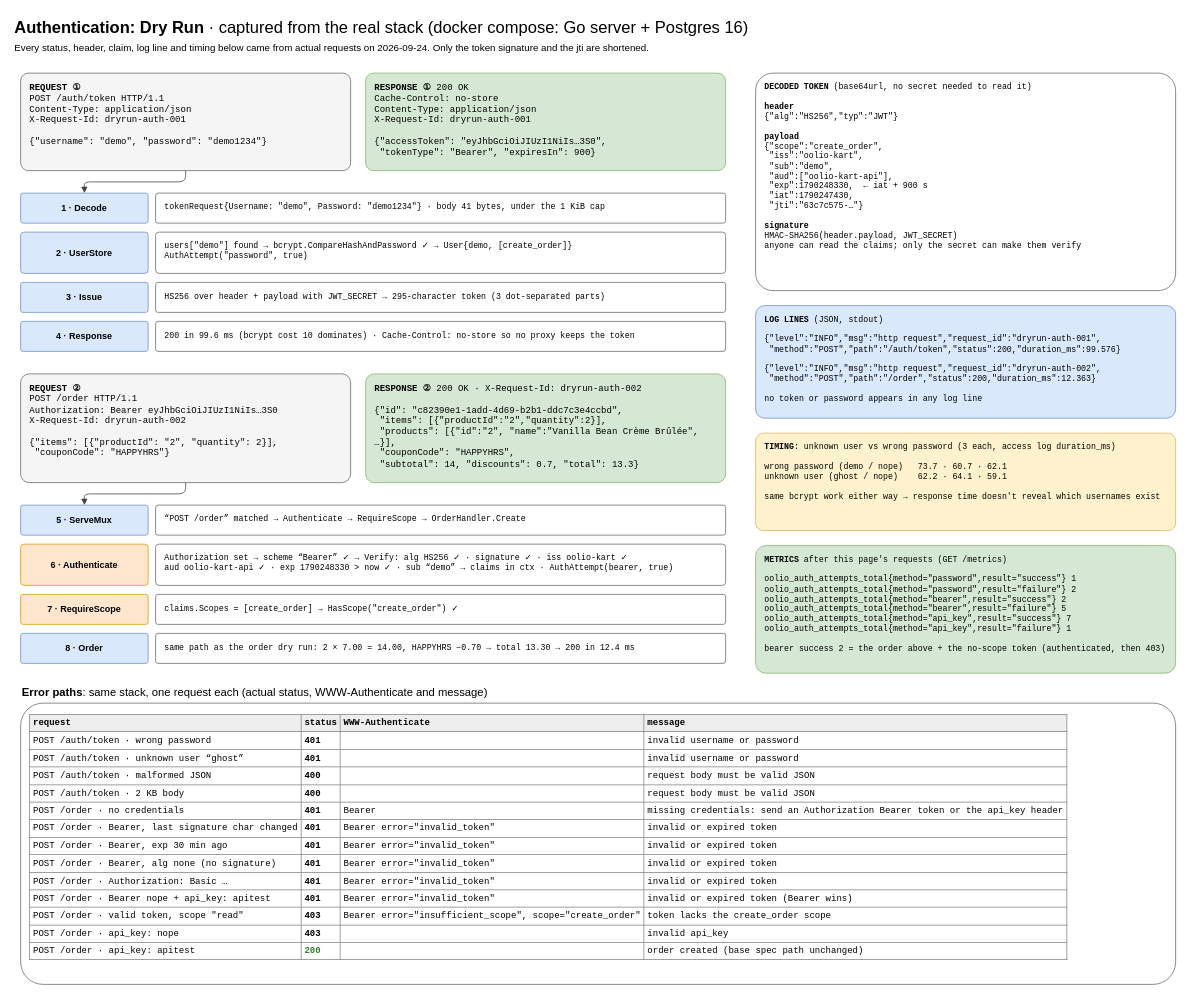
This is page "Dry run - real requests" (3 of 3) of docs/diagrams/auth.drawio from Vasanth-Korada/oolio-kart-challenge, a draw.io file, before an edit. Source tidied: cells renumbered, new cells numbered last; positions are measured from the earlier drawing's top-left corner, leaving out a move shared by most shapes. Both pictures are drawn from the tidied source at 75%, with x=0, y=0 at pixel (13, 13).
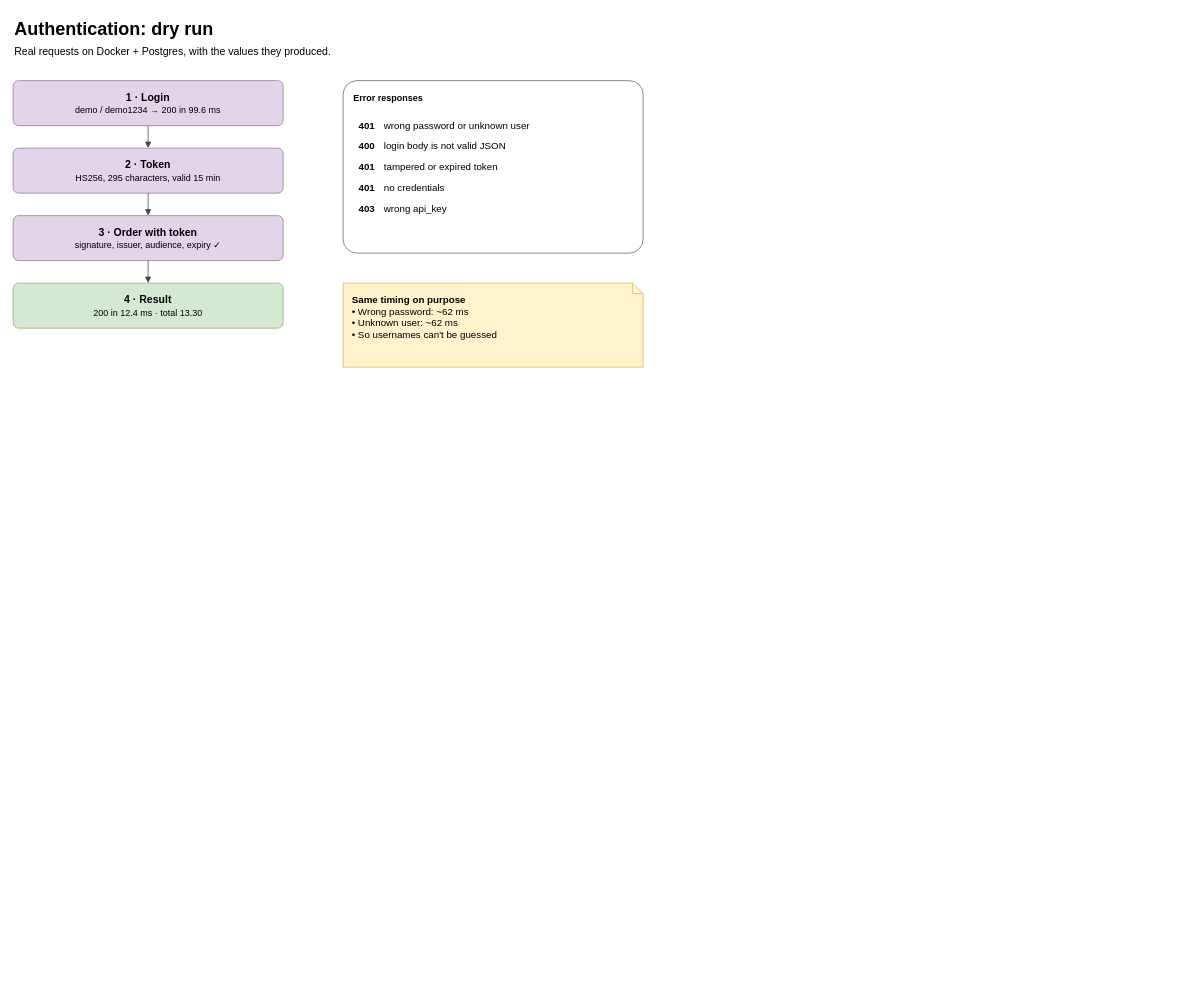
Above is the later version.

Change to the diagram source:
```diff
@@
-    <mxCell id="2" value="&lt;b&gt;Authentication: Dry Run&lt;/b&gt;  ·  captured from the real stack (docker compose: Go server + Postgres 16)" style="text;html=1;whiteSpace=wrap;align=left;verticalAlign=top;fontSize=22;" parent="1" vertex="1">
-      <mxGeometry width="1500" height="30" as="geometry" />
+    <mxCell id="2" value="&lt;b&gt;Authentication: dry run&lt;/b&gt;" style="text;html=1;whiteSpace=wrap;align=left;verticalAlign=top;fontSize=24;" parent="1" vertex="1">
+      <mxGeometry width="1300" height="32" as="geometry" />
     </mxCell>
-    <mxCell id="3" value="Every status, header, claim, log line and timing below came from actual requests on 2026-09-24. Only the token signature and the jti are shortened." style="text;html=1;whiteSpace=wrap;align=left;verticalAlign=top;fontSize=13;" parent="1" vertex="1">
-      <mxGeometry y="32" width="1500" height="24" as="geometry" />
+    <mxCell id="3" value="Real requests on Docker + Postgres, with the values they produced." style="text;html=1;whiteSpace=wrap;align=left;verticalAlign=top;fontSize=14;" parent="1" vertex="1">
+      <mxGeometry y="36" width="1300" height="24" as="geometry" />
     </mxCell>
-    <mxCell id="4" value="&lt;b&gt;REQUEST ①&lt;/b&gt;&lt;br&gt;POST /auth/token HTTP/1.1&lt;br&gt;Content-Type: application/json&lt;br&gt;X-Request-Id: dryrun-auth-001&lt;br&gt;&lt;br&gt;{&quot;username&quot;: &quot;demo&quot;, &quot;password&quot;: &quot;demo1234&quot;}" style="rounded=1;arcSize=8;whiteSpace=wrap;html=1;fillColor=#f5f5f5;strokeColor=#666666;fontSize=12;fontFamily=Courier New;align=left;spacingLeft=10;verticalAlign=top;spacingTop=6;" parent="1" vertex="1">
-      <mxGeometry x="10" y="80" width="440" height="130" as="geometry" />
+    <mxCell id="4" value="&lt;b&gt;1 · Login&lt;/b&gt;&lt;br&gt;&lt;span style='font-size:12px'&gt;demo / demo1234 → 200 in 99.6 ms&lt;/span&gt;" style="rounded=1;arcSize=12;whiteSpace=wrap;html=1;fillColor=#e1d5e7;strokeColor=#9673a6;fontSize=12;fontSize=14;" parent="1" vertex="1">
+      <mxGeometry y="90" width="360" height="60" as="geometry" />
     </mxCell>
-    <mxCell id="5" value="&lt;b&gt;RESPONSE ①&lt;/b&gt;  200 OK&lt;br&gt;Cache-Control: no-store&lt;br&gt;Content-Type: application/json&lt;br&gt;X-Request-Id: dryrun-auth-001&lt;br&gt;&lt;br&gt;{&quot;accessToken&quot;: &quot;eyJhbGciOiJIUzI1NiIs…3S0&quot;,&lt;br&gt;&amp;nbsp;&quot;tokenType&quot;: &quot;Bearer&quot;, &quot;expiresIn&quot;: 900}" style="rounded=1;arcSize=8;whiteSpace=wrap;html=1;fillColor=#d5e8d4;strokeColor=#82b366;fontSize=12;fontFamily=Courier New;align=left;spacingLeft=10;verticalAlign=top;spacingTop=6;" parent="1" vertex="1">
-      <mxGeometry x="470" y="80" width="480" height="130" as="geometry" />
+    <mxCell id="5" value="&lt;b&gt;2 · Token&lt;/b&gt;&lt;br&gt;&lt;span style='font-size:12px'&gt;HS256, 295 characters, valid 15 min&lt;/span&gt;" style="rounded=1;arcSize=12;whiteSpace=wrap;html=1;fillColor=#e1d5e7;strokeColor=#9673a6;fontSize=12;fontSize=14;" parent="1" vertex="1">
+      <mxGeometry y="180" width="360" height="60" as="geometry" />
     </mxCell>
-    <mxCell id="6" value="&lt;b&gt;1 · Decode&lt;/b&gt;" style="rounded=1;arcSize=8;whiteSpace=wrap;html=1;fillColor=#dae8fc;strokeColor=#6c8ebf;fontSize=12;" parent="1" vertex="1">
-      <mxGeometry x="10" y="240" width="170" height="40" as="geometry" />
+    <mxCell id="6" style="edgeStyle=orthogonalEdgeStyle;rounded=1;html=1;endArrow=block;endFill=1;strokeColor=#444444;fontSize=11;labelBackgroundColor=#ffffff;fontSize=12;" parent="1" edge="1" source="4" target="5">
+      <mxGeometry relative="1" as="geometry" />
     </mxCell>
-    <mxCell id="7" value="tokenRequest{Username: &quot;demo&quot;, Password: &quot;demo1234&quot;} · body 41 bytes, under the 1 KiB cap" style="rounded=1;arcSize=8;whiteSpace=wrap;html=1;fillColor=#ffffff;strokeColor=#666666;fontSize=12;fontFamily=Courier New;align=left;spacingLeft=10;verticalAlign=top;spacingTop=6;fontSize=11;" parent="1" vertex="1">
-      <mxGeometry x="190" y="240" width="760" height="40" as="geometry" />
+    <mxCell id="7" value="&lt;b&gt;3 · Order with token&lt;/b&gt;&lt;br&gt;&lt;span style='font-size:12px'&gt;signature, issuer, audience, expiry ✓&lt;/span&gt;" style="rounded=1;arcSize=12;whiteSpace=wrap;html=1;fillColor=#e1d5e7;strokeColor=#9673a6;fontSize=12;fontSize=14;" parent="1" vertex="1">
+      <mxGeometry y="270" width="360" height="60" as="geometry" />
     </mxCell>
-    <mxCell id="8" style="edgeStyle=orthogonalEdgeStyle;rounded=1;html=1;endArrow=block;endFill=1;strokeColor=#444444;fontSize=11;labelBackgroundColor=#ffffff;" parent="1" edge="1" source="4" target="6">
+    <mxCell id="8" style="edgeStyle=orthogonalEdgeStyle;rounded=1;html=1;endArrow=block;endFill=1;strokeColor=#444444;fontSize=11;labelBackgroundColor=#ffffff;fontSize=12;" parent="1" edge="1" source="5" target="7">
       <mxGeometry relative="1" as="geometry" />
     </mxCell>
-    <mxCell id="9" value="&lt;b&gt;2 · UserStore&lt;/b&gt;" style="rounded=1;arcSize=8;whiteSpace=wrap;html=1;fillColor=#dae8fc;strokeColor=#6c8ebf;fontSize=12;" parent="1" vertex="1">
-      <mxGeometry x="10" y="292" width="170" height="55" as="geometry" />
+    <mxCell id="9" value="&lt;b&gt;4 · Result&lt;/b&gt;&lt;br&gt;&lt;span style='font-size:12px'&gt;200 in 12.4 ms · total 13.30&lt;/span&gt;" style="rounded=1;arcSize=12;whiteSpace=wrap;html=1;fillColor=#d5e8d4;strokeColor=#82b366;fontSize=12;fontSize=14;" parent="1" vertex="1">
+      <mxGeometry y="360" width="360" height="60" as="geometry" />
     </mxCell>
-    <mxCell id="10" value="users[&quot;demo&quot;] found → bcrypt.CompareHashAndPassword ✓ → User{demo, [create_order]}&lt;br&gt;AuthAttempt(&quot;password&quot;, true)" style="rounded=1;arcSize=8;whiteSpace=wrap;html=1;fillColor=#ffffff;strokeColor=#666666;fontSize=12;fontFamily=Courier New;align=left;spacingLeft=10;verticalAlign=top;spacingTop=6;fontSize=11;" parent="1" vertex="1">
-      <mxGeometry x="190" y="292" width="760" height="55" as="geometry" />
+    <mxCell id="10" style="edgeStyle=orthogonalEdgeStyle;rounded=1;html=1;endArrow=block;endFill=1;strokeColor=#444444;fontSize=11;labelBackgroundColor=#ffffff;fontSize=12;" parent="1" edge="1" source="7" target="9">
+      <mxGeometry relative="1" as="geometry" />
     </mxCell>
-    <mxCell id="11" value="&lt;b&gt;3 · Issue&lt;/b&gt;" style="rounded=1;arcSize=8;whiteSpace=wrap;html=1;fillColor=#dae8fc;strokeColor=#6c8ebf;fontSize=12;" parent="1" vertex="1">
-      <mxGeometry x="10" y="359" width="170" height="40" as="geometry" />
+    <mxCell id="11" value="&lt;b&gt;Error responses&lt;/b&gt;&lt;br&gt;&lt;br&gt;&lt;table cellpadding='5' style='font-size:13px'&gt;&lt;tr&gt;&lt;td&gt;&lt;b&gt;401&lt;/b&gt;&lt;/td&gt;&lt;td&gt;wrong password or unknown user&lt;/td&gt;&lt;/tr&gt;&lt;tr&gt;&lt;td&gt;&lt;b&gt;400&lt;/b&gt;&lt;/td&gt;&lt;td&gt;login body is not valid JSON&lt;/td&gt;&lt;/tr&gt;&lt;tr&gt;&lt;td&gt;&lt;b&gt;401&lt;/b&gt;&lt;/td&gt;&lt;td&gt;tampered or expired token&lt;/td&gt;&lt;/tr&gt;&lt;tr&gt;&lt;td&gt;&lt;b&gt;401&lt;/b&gt;&lt;/td&gt;&lt;td&gt;no credentials&lt;/td&gt;&lt;/tr&gt;&lt;tr&gt;&lt;td&gt;&lt;b&gt;403&lt;/b&gt;&lt;/td&gt;&lt;td&gt;wrong api_key&lt;/td&gt;&lt;/tr&gt;&lt;/table&gt;" style="rounded=1;arcSize=8;whiteSpace=wrap;html=1;fillColor=#ffffff;strokeColor=#666666;fontSize=12;align=left;verticalAlign=top;spacingLeft=12;spacingTop=10;" parent="1" vertex="1">
+      <mxGeometry x="440" y="90" width="400" height="230" as="geometry" />
     </mxCell>
-    <mxCell id="12" value="HS256 over header + payload with JWT_SECRET → 295-character token (3 dot-separated parts)" style="rounded=1;arcSize=8;whiteSpace=wrap;html=1;fillColor=#ffffff;strokeColor=#666666;fontSize=12;fontFamily=Courier New;align=left;spacingLeft=10;verticalAlign=top;spacingTop=6;fontSize=11;" parent="1" vertex="1">
-      <mxGeometry x="190" y="359" width="760" height="40" as="geometry" />
+    <mxCell id="12" value="&lt;b&gt;Same timing on purpose&lt;/b&gt;&lt;br&gt;• Wrong password: ~62 ms&lt;br&gt;• Unknown user: ~62 ms&lt;br&gt;• So usernames can't be guessed" style="shape=note;size=14;whiteSpace=wrap;html=1;fillColor=#fff2cc;strokeColor=#d6b656;fontSize=12;align=left;verticalAlign=top;spacingLeft=10;spacingTop=8;fontSize=13;" parent="1" vertex="1">
+      <mxGeometry x="440" y="360" width="400" height="112" as="geometry" />
     </mxCell>
-    <mxCell id="13" value="&lt;b&gt;4 · Response&lt;/b&gt;" style="rounded=1;arcSize=8;whiteSpace=wrap;html=1;fillColor=#dae8fc;strokeColor=#6c8ebf;fontSize=12;" parent="1" vertex="1">
-      <mxGeometry x="10" y="411" width="170" height="40" as="geometry" />
-    </mxCell>
-    <mxCell id="14" value="200 in 99.6 ms (bcrypt cost 10 dominates) · Cache-Control: no-store so no proxy keeps the token" style="rounded=1;arcSize=8;whiteSpace=wrap;html=1;fillColor=#ffffff;strokeColor=#666666;fontSize=12;fontFamily=Courier New;align=left;spacingLeft=10;verticalAlign=top;spacingTop=6;fontSize=11;" parent="1" vertex="1">
-      <mxGeometry x="190" y="411" width="760" height="40" as="geometry" />
-    </mxCell>
-    <mxCell id="15" value="&lt;b&gt;REQUEST ②&lt;/b&gt;&lt;br&gt;POST /order HTTP/1.1&lt;br&gt;Authorization: Bearer eyJhbGciOiJIUzI1NiIs…3S0&lt;br&gt;X-Request-Id: dryrun-auth-002&lt;br&gt;&lt;br&gt;{&quot;items&quot;: [{&quot;productId&quot;: &quot;2&quot;, &quot;quantity&quot;: 2}],&lt;br&gt;&amp;nbsp;&quot;couponCode&quot;: &quot;HAPPYHRS&quot;}" style="rounded=1;arcSize=8;whiteSpace=wrap;html=1;fillColor=#f5f5f5;strokeColor=#666666;fontSize=12;fontFamily=Courier New;align=left;spacingLeft=10;verticalAlign=top;spacingTop=6;" parent="1" vertex="1">
-      <mxGeometry x="10" y="481" width="440" height="145" as="geometry" />
-    </mxCell>
-    <mxCell id="16" value="&lt;b&gt;RESPONSE ②&lt;/b&gt;  200 OK · X-Request-Id: dryrun-auth-002&lt;br&gt;&lt;br&gt;{&quot;id&quot;: &quot;c82390e1-1add-4d69-b2b1-ddc7c3e4ccbd&quot;,&lt;br&gt;&amp;nbsp;&quot;items&quot;: [{&quot;productId&quot;:&quot;2&quot;,&quot;quantity&quot;:2}],&lt;br&gt;&amp;nbsp;&quot;products&quot;: [{&quot;id&quot;:&quot;2&quot;, &quot;name&quot;:&quot;Vanilla Bean Crème Brûlée&quot;, …}],&lt;br&gt;&amp;nbsp;&quot;couponCode&quot;: &quot;HAPPYHRS&quot;,&lt;br&gt;&amp;nbsp;&quot;subtotal&quot;: 14, &quot;discounts&quot;: 0.7, &quot;total&quot;: 13.3}" style="rounded=1;arcSize=8;whiteSpace=wrap;html=1;fillColor=#d5e8d4;strokeColor=#82b366;fontSize=12;fontFamily=Courier New;align=left;spacingLeft=10;verticalAlign=top;spacingTop=6;" parent="1" vertex="1">
-      <mxGeometry x="470" y="481" width="480" height="145" as="geometry" />
-    </mxCell>
-    <mxCell id="17" value="&lt;b&gt;5 · ServeMux&lt;/b&gt;" style="rounded=1;arcSize=8;whiteSpace=wrap;html=1;fillColor=#dae8fc;strokeColor=#6c8ebf;fontSize=12;" parent="1" vertex="1">
-      <mxGeometry x="10" y="656" width="170" height="40" as="geometry" />
-    </mxCell>
-    <mxCell id="18" value="“POST /order” matched → Authenticate → RequireScope → OrderHandler.Create" style="rounded=1;arcSize=8;whiteSpace=wrap;html=1;fillColor=#ffffff;strokeColor=#666666;fontSize=12;fontFamily=Courier New;align=left;spacingLeft=10;verticalAlign=top;spacingTop=6;fontSize=11;" parent="1" vertex="1">
-      <mxGeometry x="190" y="656" width="760" height="40" as="geometry" />
-    </mxCell>
-    <mxCell id="19" style="edgeStyle=orthogonalEdgeStyle;rounded=1;html=1;endArrow=block;endFill=1;strokeColor=#444444;fontSize=11;labelBackgroundColor=#ffffff;" parent="1" edge="1" source="15" target="17">
-      <mxGeometry relative="1" as="geometry" />
-    </mxCell>
-    <mxCell id="20" value="&lt;b&gt;6 · Authenticate&lt;/b&gt;" style="rounded=1;arcSize=8;whiteSpace=wrap;html=1;fillColor=#ffe6cc;strokeColor=#d79b00;fontSize=12;" parent="1" vertex="1">
-      <mxGeometry x="10" y="708" width="170" height="55" as="geometry" />
-    </mxCell>
-    <mxCell id="21" value="Authorization set → scheme “Bearer” ✓ → Verify: alg HS256 ✓ · signature ✓ · iss oolio-kart ✓&lt;br&gt;aud oolio-kart-api ✓ · exp 1790248330 &amp;gt; now ✓ · sub “demo” → claims in ctx · AuthAttempt(bearer, true)" style="rounded=1;arcSize=8;whiteSpace=wrap;html=1;fillColor=#ffffff;strokeColor=#666666;fontSize=12;fontFamily=Courier New;align=left;spacingLeft=10;verticalAlign=top;spacingTop=6;fontSize=11;" parent="1" vertex="1">
-      <mxGeometry x="190" y="708" width="760" height="55" as="geometry" />
-    </mxCell>
-    <mxCell id="22" value="&lt;b&gt;7 · RequireScope&lt;/b&gt;" style="rounded=1;arcSize=8;whiteSpace=wrap;html=1;fillColor=#ffe6cc;strokeColor=#d79b00;fontSize=12;" parent="1" vertex="1">
-      <mxGeometry x="10" y="775" width="170" height="40" as="geometry" />
-    </mxCell>
-    <mxCell id="23" value="claims.Scopes = [create_order] → HasScope(&quot;create_order&quot;) ✓" style="rounded=1;arcSize=8;whiteSpace=wrap;html=1;fillColor=#ffffff;strokeColor=#666666;fontSize=12;fontFamily=Courier New;align=left;spacingLeft=10;verticalAlign=top;spacingTop=6;fontSize=11;" parent="1" vertex="1">
-      <mxGeometry x="190" y="775" width="760" height="40" as="geometry" />
-    </mxCell>
-    <mxCell id="24" value="&lt;b&gt;8 · Order&lt;/b&gt;" style="rounded=1;arcSize=8;whiteSpace=wrap;html=1;fillColor=#dae8fc;strokeColor=#6c8ebf;fontSize=12;" parent="1" vertex="1">
-      <mxGeometry x="10" y="827" width="170" height="40" as="geometry" />
-    </mxCell>
-    <mxCell id="25" value="same path as the order dry run: 2 × 7.00 = 14.00, HAPPYHRS −0.70 → total 13.30 → 200 in 12.4 ms" style="rounded=1;arcSize=8;whiteSpace=wrap;html=1;fillColor=#ffffff;strokeColor=#666666;fontSize=12;fontFamily=Courier New;align=left;spacingLeft=10;verticalAlign=top;spacingTop=6;fontSize=11;" parent="1" vertex="1">
-      <mxGeometry x="190" y="827" width="760" height="40" as="geometry" />
-    </mxCell>
-    <mxCell id="26" value="&lt;b&gt;DECODED TOKEN&lt;/b&gt; (base64url, no secret needed to read it)&lt;br&gt;&lt;br&gt;&lt;b&gt;header&lt;/b&gt;&lt;br&gt;{&quot;alg&quot;:&quot;HS256&quot;,&quot;typ&quot;:&quot;JWT&quot;}&lt;br&gt;&lt;br&gt;&lt;b&gt;payload&lt;/b&gt;&lt;br&gt;{&quot;scope&quot;:&quot;create_order&quot;,&lt;br&gt;&amp;nbsp;&quot;iss&quot;:&quot;oolio-kart&quot;,&lt;br&gt;&amp;nbsp;&quot;sub&quot;:&quot;demo&quot;,&lt;br&gt;&amp;nbsp;&quot;aud&quot;:[&quot;oolio-kart-api&quot;],&lt;br&gt;&amp;nbsp;&quot;exp&quot;:1790248330,&amp;nbsp;&amp;nbsp;← iat + 900 s&lt;br&gt;&amp;nbsp;&quot;iat&quot;:1790247430,&lt;br&gt;&amp;nbsp;&quot;jti&quot;:&quot;63c7c575-…&quot;}&lt;br&gt;&lt;br&gt;&lt;b&gt;signature&lt;/b&gt;&lt;br&gt;HMAC-SHA256(header.payload, JWT_SECRET)&lt;br&gt;anyone can read the claims; only the secret can make them verify" style="rounded=1;arcSize=8;whiteSpace=wrap;html=1;fillColor=#ffffff;strokeColor=#666666;fontSize=12;fontFamily=Courier New;align=left;spacingLeft=10;verticalAlign=top;spacingTop=6;fontSize=11;" parent="1" vertex="1">
-      <mxGeometry x="990" y="80" width="560" height="290" as="geometry" />
-    </mxCell>
-    <mxCell id="27" value="&lt;b&gt;LOG LINES&lt;/b&gt; (JSON, stdout)&lt;br&gt;&lt;br&gt;{&quot;level&quot;:&quot;INFO&quot;,&quot;msg&quot;:&quot;http request&quot;,&quot;request_id&quot;:&quot;dryrun-auth-001&quot;,&lt;br&gt;&amp;nbsp;&quot;method&quot;:&quot;POST&quot;,&quot;path&quot;:&quot;/auth/token&quot;,&quot;status&quot;:200,&quot;duration_ms&quot;:99.576}&lt;br&gt;&lt;br&gt;{&quot;level&quot;:&quot;INFO&quot;,&quot;msg&quot;:&quot;http request&quot;,&quot;request_id&quot;:&quot;dryrun-auth-002&quot;,&lt;br&gt;&amp;nbsp;&quot;method&quot;:&quot;POST&quot;,&quot;path&quot;:&quot;/order&quot;,&quot;status&quot;:200,&quot;duration_ms&quot;:12.363}&lt;br&gt;&lt;br&gt;no token or password appears in any log line" style="rounded=1;arcSize=8;whiteSpace=wrap;html=1;fillColor=#dae8fc;strokeColor=#6c8ebf;fontSize=12;fontFamily=Courier New;align=left;spacingLeft=10;verticalAlign=top;spacingTop=6;fontSize=11;" parent="1" vertex="1">
-      <mxGeometry x="990" y="390" width="560" height="150" as="geometry" />
-    </mxCell>
-    <mxCell id="28" value="&lt;b&gt;TIMING&lt;/b&gt;: unknown user vs wrong password (3 each, access log duration_ms)&lt;br&gt;&lt;br&gt;wrong password (demo / nope)&amp;nbsp;&amp;nbsp;&amp;nbsp;73.7 · 60.7 · 62.1&lt;br&gt;unknown user (ghost / nope)&amp;nbsp;&amp;nbsp;&amp;nbsp;&amp;nbsp;62.2 · 64.1 · 59.1&lt;br&gt;&lt;br&gt;same bcrypt work either way → response time doesn't reveal which usernames exist" style="rounded=1;arcSize=8;whiteSpace=wrap;html=1;fillColor=#fff2cc;strokeColor=#d6b656;fontSize=12;fontFamily=Courier New;align=left;spacingLeft=10;verticalAlign=top;spacingTop=6;fontSize=11;" parent="1" vertex="1">
-      <mxGeometry x="990" y="560" width="560" height="130" as="geometry" />
-    </mxCell>
-    <mxCell id="29" value="&lt;b&gt;METRICS&lt;/b&gt; after this page's requests (GET /metrics)&lt;br&gt;&lt;br&gt;oolio_auth_attempts_total{method=&quot;password&quot;,result=&quot;success&quot;} 1&lt;br&gt;oolio_auth_attempts_total{method=&quot;password&quot;,result=&quot;failure&quot;} 2&lt;br&gt;oolio_auth_attempts_total{method=&quot;bearer&quot;,result=&quot;success&quot;} 2&lt;br&gt;oolio_auth_attempts_total{method=&quot;bearer&quot;,result=&quot;failure&quot;} 5&lt;br&gt;oolio_auth_attempts_total{method=&quot;api_key&quot;,result=&quot;success&quot;} 7&lt;br&gt;oolio_auth_attempts_total{method=&quot;api_key&quot;,result=&quot;failure&quot;} 1&lt;br&gt;&lt;br&gt;bearer success 2 = the order above + the no-scope token (authenticated, then 403)" style="rounded=1;arcSize=8;whiteSpace=wrap;html=1;fillColor=#d5e8d4;strokeColor=#82b366;fontSize=12;fontFamily=Courier New;align=left;spacingLeft=10;verticalAlign=top;spacingTop=6;fontSize=11;" parent="1" vertex="1">
-      <mxGeometry x="990" y="710" width="560" height="170" as="geometry" />
-    </mxCell>
-    <mxCell id="30" value="&lt;b&gt;Error paths&lt;/b&gt;: same stack, one request each (actual status, WWW-Authenticate and message)" style="text;html=1;whiteSpace=wrap;align=left;verticalAlign=top;fontSize=15;" parent="1" vertex="1">
-      <mxGeometry x="10" y="890" width="1200" height="24" as="geometry" />
-    </mxCell>
-    <mxCell id="31" value="&lt;table border='1' cellpadding='4' style='border-collapse:collapse;font-size:12px;font-family:Courier New'&gt;&lt;tr style='background:#eeeeee'&gt;&lt;th&gt;request&lt;/th&gt;&lt;th&gt;status&lt;/th&gt;&lt;th&gt;WWW-Authenticate&lt;/th&gt;&lt;th&gt;message&lt;/th&gt;&lt;/tr&gt;&lt;tr&gt;&lt;td&gt;POST /auth/token · wrong password&lt;/td&gt;&lt;td&gt;&lt;b style='color:#000000'&gt;401&lt;/b&gt;&lt;/td&gt;&lt;td&gt;&lt;/td&gt;&lt;td&gt;invalid username or password&lt;/td&gt;&lt;/tr&gt;&lt;tr&gt;&lt;td&gt;POST /auth/token · unknown user “ghost”&lt;/td&gt;&lt;td&gt;&lt;b style='color:#000000'&gt;401&lt;/b&gt;&lt;/td&gt;&lt;td&gt;&lt;/td&gt;&lt;td&gt;invalid username or password&lt;/td&gt;&lt;/tr&gt;&lt;tr&gt;&lt;td&gt;POST /auth/token · malformed JSON&lt;/td&gt;&lt;td&gt;&lt;b style='color:#000000'&gt;400&lt;/b&gt;&lt;/td&gt;&lt;td&gt;&lt;/td&gt;&lt;td&gt;request body must be valid JSON&lt;/td&gt;&lt;/tr&gt;&lt;tr&gt;&lt;td&gt;POST /auth/token · 2 KB body&lt;/td&gt;&lt;td&gt;&lt;b style='color:#000000'&gt;400&lt;/b&gt;&lt;/td&gt;&lt;td&gt;&lt;/td&gt;&lt;td&gt;request body must be valid JSON&lt;/td&gt;&lt;/tr&gt;&lt;tr&gt;&lt;td&gt;POST /order · no credentials&lt;/td&gt;&lt;td&gt;&lt;b style='color:#000000'&gt;401&lt;/b&gt;&lt;/td&gt;&lt;td&gt;Bearer&lt;/td&gt;&lt;td&gt;missing credentials: send an Authorization Bearer token or the api_key header&lt;/td&gt;&lt;/tr&gt;&lt;tr&gt;&lt;td&gt;POST /order · Bearer, last signature char changed&lt;/td&gt;&lt;td&gt;&lt;b style='color:#000000'&gt;401&lt;/b&gt;&lt;/td&gt;&lt;td&gt;Bearer error=&quot;invalid_token&quot;&lt;/td&gt;&lt;td&gt;invalid or expired token&lt;/td&gt;&lt;/tr&gt;&lt;tr&gt;&lt;td&gt;POST /order · Bearer, exp 30 min ago&lt;/td&gt;&lt;td&gt;&lt;b style='color:#000000'&gt;401&lt;/b&gt;&lt;/td&gt;&lt;td&gt;Bearer error=&quot;invalid_token&quot;&lt;/td&gt;&lt;td&gt;invalid or expired token&lt;/td&gt;&lt;/tr&gt;&lt;tr&gt;&lt;td&gt;POST /order · Bearer, alg none (no signature)&lt;/td&gt;&lt;td&gt;&lt;b style='color:#000000'&gt;401&lt;/b&gt;&lt;/td&gt;&lt;td&gt;Bearer error=&quot;invalid_token&quot;&lt;/td&gt;&lt;td&gt;invalid or expired token&lt;/td&gt;&lt;/tr&gt;&lt;tr&gt;&lt;td&gt;POST /order · Authorization: Basic …&lt;/td&gt;&lt;td&gt;&lt;b style='color:#000000'&gt;401&lt;/b&gt;&lt;/td&gt;&lt;td&gt;Bearer error=&quot;invalid_token&quot;&lt;/td&gt;&lt;td&gt;invalid or expired token&lt;/td&gt;&lt;/tr&gt;&lt;tr&gt;&lt;td&gt;POST /order · Bearer nope + api_key: apitest&lt;/td&gt;&lt;td&gt;&lt;b style='color:#000000'&gt;401&lt;/b&gt;&lt;/td&gt;&lt;td&gt;Bearer error=&quot;invalid_token&quot;&lt;/td&gt;&lt;td&gt;invalid or expired token (Bearer wins)&lt;/td&gt;&lt;/tr&gt;&lt;tr&gt;&lt;td&gt;POST /order · valid token, scope &quot;read&quot;&lt;/td&gt;&lt;td&gt;&lt;b style='color:#000000'&gt;403&lt;/b&gt;&lt;/td&gt;&lt;td&gt;Bearer error=&quot;insufficient_scope&quot;, scope=&quot;create_order&quot;&lt;/td&gt;&lt;td&gt;token lacks the create_order scope&lt;/td&gt;&lt;/tr&gt;&lt;tr&gt;&lt;td&gt;POST /order · api_key: nope&lt;/td&gt;&lt;td&gt;&lt;b style='color:#000000'&gt;403&lt;/b&gt;&lt;/td&gt;&lt;td&gt;&lt;/td&gt;&lt;td&gt;invalid api_key&lt;/td&gt;&lt;/tr&gt;&lt;tr&gt;&lt;td&gt;POST /order · api_key: apitest&lt;/td&gt;&lt;td&gt;&lt;b style='color:#2e7d32'&gt;200&lt;/b&gt;&lt;/td&gt;&lt;td&gt;&lt;/td&gt;&lt;td&gt;order created (base spec path unchanged)&lt;/td&gt;&lt;/tr&gt;&lt;/table&gt;" style="rounded=1;arcSize=8;whiteSpace=wrap;html=1;fillColor=#ffffff;strokeColor=#666666;fontSize=12;align=left;verticalAlign=top;spacingLeft=10;spacingTop=8;" parent="1" vertex="1">
-      <mxGeometry x="10" y="920" width="1540" height="375" as="geometry" />
-    </mxCell>
```
